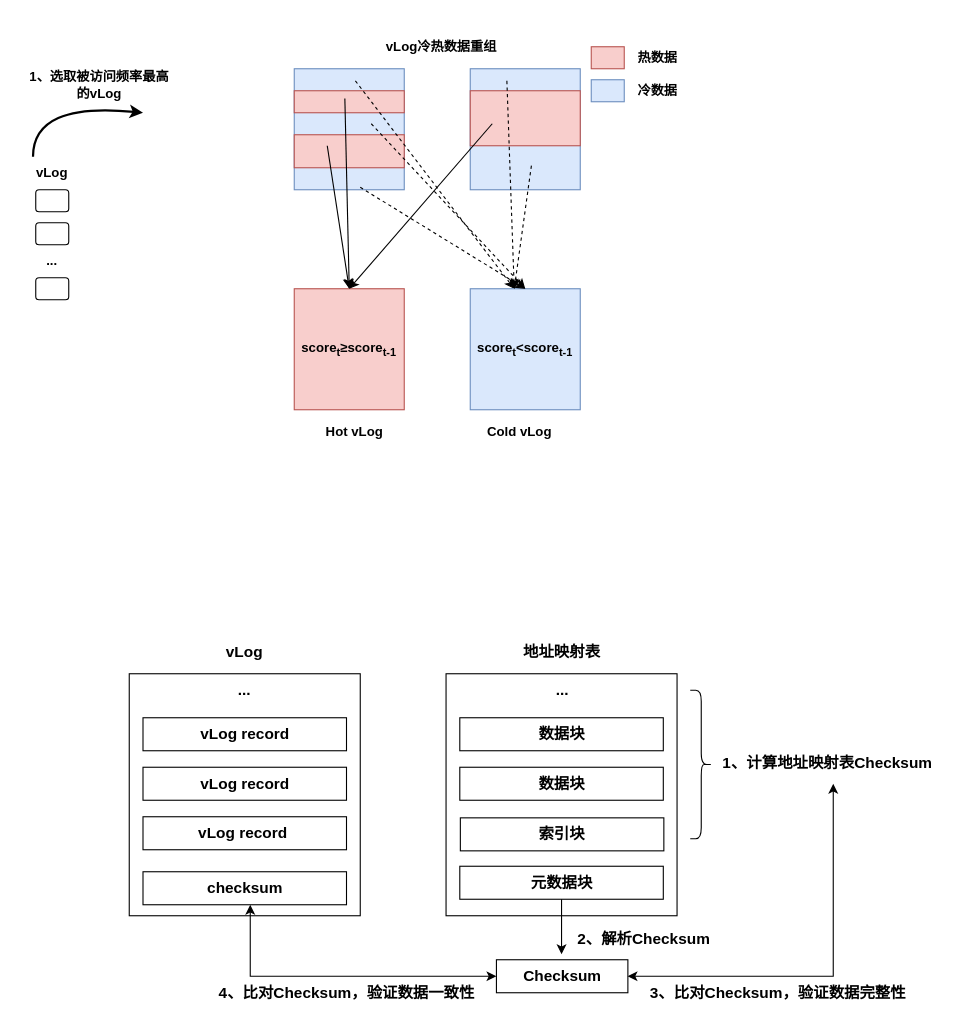
yeqiyi/drawIO keeps this draw.io diagram as page "第 3 页" (3 of 8) of RabbitKV.drawio. Above is the earlier version. Source tidied: cells renumbered, new cells numbered last; positions are measured from the earlier drawing's top-left corner, leaving out a move shared by most shapes. Both pictures are drawn from the tidied source at 110%, with x=0, y=0 at pixel (19, 35).
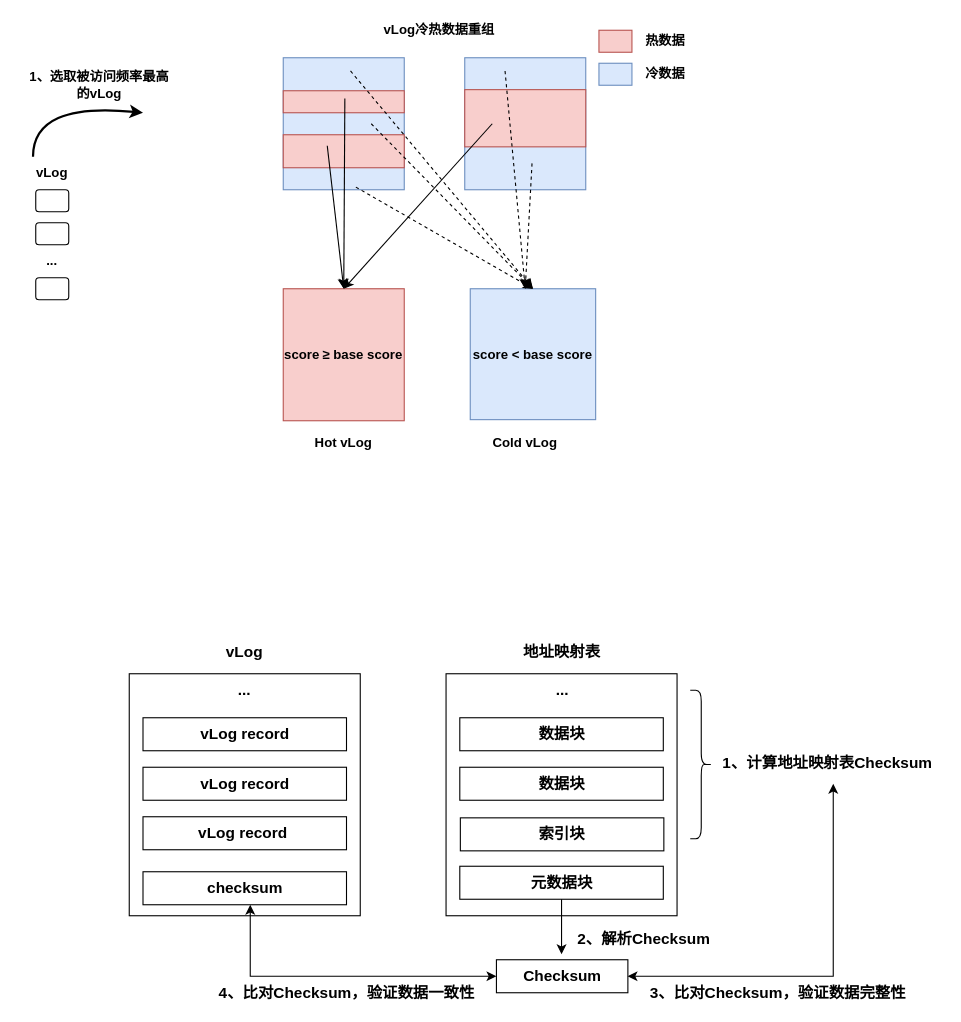
The same page after the edit.

Diff of the diagram source:
```diff
@@
     <mxCell id="8" style="rounded=0;whiteSpace=wrap;html=1;fillColor=#dae8fc;strokeColor=#6c8ebf;" parent="1" vertex="1">
-      <mxGeometry x="250" y="30" width="100" height="110" as="geometry" />
+      <mxGeometry x="240" y="20" width="110" height="120" as="geometry" />
     </mxCell>
     <mxCell id="9" style="rounded=0;whiteSpace=wrap;html=1;fillColor=#dae8fc;strokeColor=#6c8ebf;" parent="1" vertex="1">
-      <mxGeometry x="410" y="30" width="100" height="110" as="geometry" />
+      <mxGeometry x="405" y="20" width="110" height="120" as="geometry" />
     </mxCell>
@@
     <mxCell id="11" value="&lt;b style=&quot;border-color: var(--border-color);&quot;&gt;vLog冷热数据重组&lt;/b&gt;" style="text;html=1;strokeColor=none;fillColor=none;align=center;verticalAlign=middle;whiteSpace=wrap;rounded=0;" parent="1" vertex="1">
-      <mxGeometry x="317" width="134" height="20" as="geometry" />
+      <mxGeometry x="314.5" y="-15" width="134" height="20" as="geometry" />
     </mxCell>
     <mxCell id="12" style="rounded=0;whiteSpace=wrap;html=1;fillStyle=auto;fillColor=#f8cecc;strokeColor=#b85450;" parent="1" vertex="1">
-      <mxGeometry x="250" y="50" width="100" height="20" as="geometry" />
+      <mxGeometry x="240" y="50" width="110" height="20" as="geometry" />
     </mxCell>
     <mxCell id="13" style="rounded=0;whiteSpace=wrap;html=1;fillColor=#f8cecc;strokeColor=#b85450;" parent="1" vertex="1">
-      <mxGeometry x="250" y="90" width="100" height="30" as="geometry" />
+      <mxGeometry x="240" y="90" width="110" height="30" as="geometry" />
     </mxCell>
     <mxCell id="14" style="rounded=0;whiteSpace=wrap;html=1;fillStyle=auto;fillColor=#f8cecc;strokeColor=#b85450;" parent="1" vertex="1">
-      <mxGeometry x="520" y="10" width="30" height="20" as="geometry" />
+      <mxGeometry x="527" y="-5" width="30" height="20" as="geometry" />
     </mxCell>
     <mxCell id="15" value="&lt;b&gt;热数据&lt;/b&gt;" style="text;html=1;align=center;verticalAlign=middle;strokeColor=none;fillColor=none;" parent="1" vertex="1">
-      <mxGeometry x="550" y="5" width="60" height="30" as="geometry" />
+      <mxGeometry x="557" y="-10" width="60" height="30" as="geometry" />
     </mxCell>
     <mxCell id="16" style="rounded=0;whiteSpace=wrap;html=1;fillStyle=auto;fillColor=#dae8fc;strokeColor=#6c8ebf;" parent="1" vertex="1">
-      <mxGeometry x="520" y="40" width="30" height="20" as="geometry" />
+      <mxGeometry x="527" y="25" width="30" height="20" as="geometry" />
     </mxCell>
     <mxCell id="17" value="&lt;b&gt;冷数据&lt;/b&gt;" style="text;html=1;align=center;verticalAlign=middle;strokeColor=none;fillColor=none;" parent="1" vertex="1">
-      <mxGeometry x="550" y="35" width="60" height="30" as="geometry" />
+      <mxGeometry x="557" y="20" width="60" height="30" as="geometry" />
     </mxCell>
     <mxCell id="18" style="rounded=0;whiteSpace=wrap;html=1;fillStyle=auto;fillColor=#f8cecc;strokeColor=#b85450;" parent="1" vertex="1">
-      <mxGeometry x="410" y="50" width="100" height="50" as="geometry" />
+      <mxGeometry x="405" y="49" width="110" height="52" as="geometry" />
     </mxCell>
@@
-    <mxCell id="20" value="&lt;b&gt;score&lt;sub&gt;t&lt;/sub&gt;≥score&lt;sub&gt;t-1&lt;/sub&gt;&lt;/b&gt;" style="rounded=0;whiteSpace=wrap;html=1;fillStyle=auto;fillColor=#f8cecc;strokeColor=#b85450;" parent="1" vertex="1">
-      <mxGeometry x="250" y="230" width="100" height="110" as="geometry" />
+    <mxCell id="20" value="&lt;b&gt;score&lt;span style=&quot;font-size: 10px;&quot;&gt; &lt;/span&gt;≥ base score&lt;/b&gt;" style="rounded=0;whiteSpace=wrap;html=1;fillStyle=auto;fillColor=#f8cecc;strokeColor=#b85450;" parent="1" vertex="1">
+      <mxGeometry x="240" y="230" width="110" height="120" as="geometry" />
     </mxCell>
@@
-    <mxCell id="23" style="endArrow=classic;html=1;rounded=0;strokeWidth=1;dashed=1;exitX=0.556;exitY=0.1;exitDx=0;exitDy=0;exitPerimeter=0;" parent="1" edge="1" source="8">
-      <mxGeometry relative="1" as="geometry">
-        <mxPoint x="450" y="230" as="targetPoint" />
-      </mxGeometry>
+    <mxCell id="23" style="endArrow=classic;html=1;rounded=0;strokeWidth=1;dashed=1;exitX=0.556;exitY=0.1;exitDx=0;exitDy=0;exitPerimeter=0;entryX=0.5;entryY=0;entryDx=0;entryDy=0;" parent="1" edge="1" source="8" target="24">
+      <mxGeometry relative="1" as="geometry" />
     </mxCell>
-    <mxCell id="24" value="&lt;b style=&quot;border-color: var(--border-color);&quot;&gt;score&lt;sub style=&quot;border-color: var(--border-color);&quot;&gt;t&lt;/sub&gt;&lt;span style=&quot;border-color: var(--border-color);&quot;&gt;&amp;lt;&lt;/span&gt;score&lt;sub style=&quot;border-color: var(--border-color);&quot;&gt;t-1&lt;/sub&gt;&lt;/b&gt;" style="rounded=0;whiteSpace=wrap;html=1;fillColor=#dae8fc;strokeColor=#6c8ebf;" parent="1" vertex="1">
-      <mxGeometry x="410" y="230" width="100" height="110" as="geometry" />
+    <mxCell id="24" value="&lt;b style=&quot;border-color: var(--border-color);&quot;&gt;score&amp;nbsp;&lt;span style=&quot;border-color: var(--border-color);&quot;&gt;&amp;lt; base score&lt;/span&gt;&lt;/b&gt;" style="rounded=0;whiteSpace=wrap;html=1;fillColor=#dae8fc;strokeColor=#6c8ebf;" parent="1" vertex="1">
+      <mxGeometry x="410" y="230" width="114" height="119" as="geometry" />
     </mxCell>
@@
     <mxCell id="27" style="endArrow=classic;html=1;rounded=0;strokeWidth=1;dashed=1;exitX=0.556;exitY=0.8;exitDx=0;exitDy=0;exitPerimeter=0;" parent="1" edge="1" source="9">
       <mxGeometry relative="1" as="geometry">
-        <mxPoint x="450" y="230" as="targetPoint" />
+        <mxPoint x="460" y="230" as="targetPoint" />
       </mxGeometry>
     </mxCell>
     <mxCell id="28" style="endArrow=classic;html=1;rounded=0;strokeWidth=1;dashed=1;exitX=0.333;exitY=0.1;exitDx=0;exitDy=0;exitPerimeter=0;" parent="1" edge="1" source="9">
       <mxGeometry relative="1" as="geometry">
-        <mxPoint x="450" y="230" as="targetPoint" />
+        <mxPoint x="460" y="230" as="targetPoint" />
       </mxGeometry>
     </mxCell>
     <mxCell id="29" value="&lt;b style=&quot;border-color: var(--border-color);&quot;&gt;Hot vLog&lt;/b&gt;" style="text;html=1;strokeColor=none;fillColor=none;align=center;verticalAlign=middle;whiteSpace=wrap;rounded=0;" parent="1" vertex="1">
-      <mxGeometry x="238" y="350" width="134" height="20" as="geometry" />
+      <mxGeometry x="228" y="360" width="134" height="20" as="geometry" />
     </mxCell>
     <mxCell id="30" value="&lt;b style=&quot;border-color: var(--border-color);&quot;&gt;Cold vLog&lt;/b&gt;" style="text;html=1;strokeColor=none;fillColor=none;align=center;verticalAlign=middle;whiteSpace=wrap;rounded=0;" parent="1" vertex="1">
-      <mxGeometry x="388" y="350" width="134" height="20" as="geometry" />
+      <mxGeometry x="393" y="360" width="134" height="20" as="geometry" />
     </mxCell>
```
